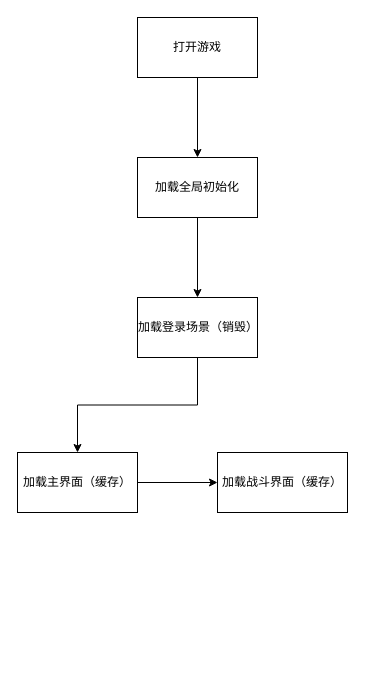
Earlier version of the draw.io diagram page "整体流程" (5 of 6) of Untitled Diagram.drawio (605682883/flowPhoto). Source tidied: cells renumbered, new cells numbered last; positions are measured from the earlier drawing's top-left corner, leaving out a move shared by most shapes. Both pictures are drawn from the tidied source at 100%, with x=0, y=0 at pixel (17, 17).
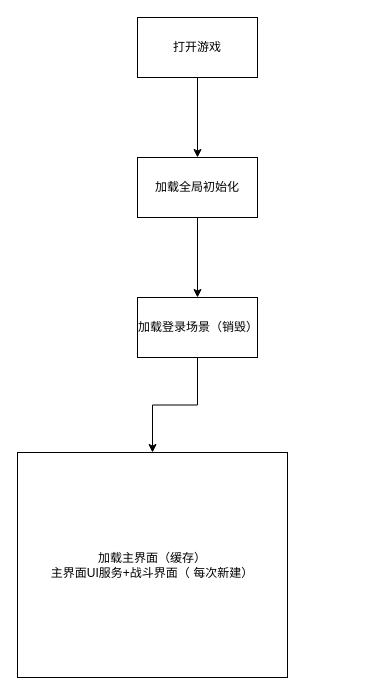
The same diagram, later.

Change to the diagram source:
```diff
@@
 <mxGraphModel>
   <root>
     <mxCell id="0" />
     <mxCell id="1" parent="0" />
     <mxCell id="2" style="edgeStyle=orthogonalEdgeStyle;rounded=0;jettySize=auto;html=1;" parent="1" edge="1" source="3" target="5">
       <mxGeometry relative="1" as="geometry" />
     </mxCell>
     <mxCell id="3" value="加载全局初始化" style="rounded=0;whiteSpace=wrap;html=1;" parent="1" vertex="1">
       <mxGeometry x="120" y="140" width="120" height="60" as="geometry" />
     </mxCell>
     <mxCell id="4" style="edgeStyle=orthogonalEdgeStyle;rounded=0;jettySize=auto;html=1;" parent="1" edge="1" source="5" target="9">
       <mxGeometry relative="1" as="geometry" />
     </mxCell>
     <mxCell id="5" value="加载登录场景（销毁）" style="rounded=0;whiteSpace=wrap;html=1;" parent="1" vertex="1">
       <mxGeometry x="120" y="280" width="120" height="60" as="geometry" />
     </mxCell>
     <mxCell id="6" style="edgeStyle=orthogonalEdgeStyle;rounded=0;jettySize=auto;html=1;" parent="1" edge="1" source="7" target="3">
       <mxGeometry relative="1" as="geometry" />
     </mxCell>
     <mxCell id="7" value="打开游戏" style="rounded=0;whiteSpace=wrap;html=1;" parent="1" vertex="1">
       <mxGeometry x="120" width="120" height="60" as="geometry" />
     </mxCell>
-    <mxCell id="8" style="edgeStyle=orthogonalEdgeStyle;rounded=0;jettySize=auto;html=1;" parent="1" edge="1" source="9" target="10">
-      <mxGeometry relative="1" as="geometry" />
-    </mxCell>
-    <mxCell id="9" value="加载主界面（缓存）" style="whiteSpace=wrap;html=1;rounded=0;" parent="1" vertex="1">
-      <mxGeometry y="435" width="120" height="60" as="geometry" />
+    <mxCell id="9" value="加载主界面（缓存）&lt;br&gt;主界面UI服务+战斗界面（ 每次新建）" style="whiteSpace=wrap;html=1;rounded=0;" parent="1" vertex="1">
+      <mxGeometry y="435" width="270" height="225" as="geometry" />
     </mxCell>
-    <mxCell id="10" value="加载战斗界面（缓存）" style="whiteSpace=wrap;html=1;rounded=0;" parent="1" vertex="1">
-      <mxGeometry x="200" y="435" width="130" height="60" as="geometry" />
-    </mxCell>
   </root>
 </mxGraphModel>
```
